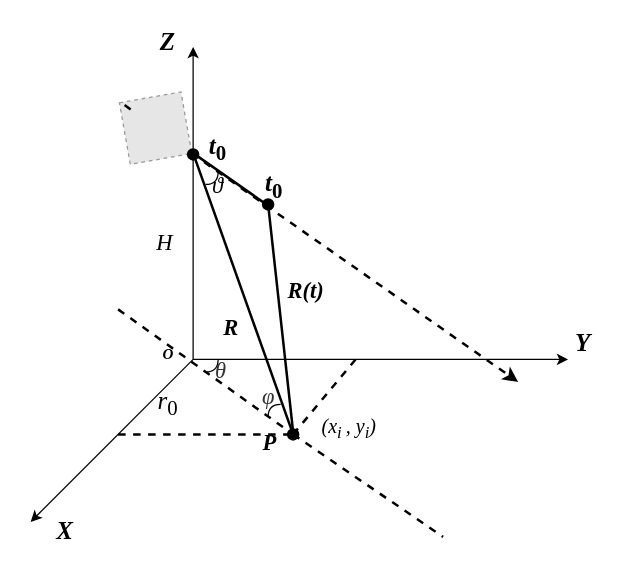
Earlier version of the draw.io diagram 2.2 雷达与目标距离历史.drawio (LFNing/General). Source tidied: cells renumbered, new cells numbered last; positions are measured from the earlier drawing's top-left corner, leaving out a move shared by most shapes. Both pictures are drawn from the tidied source at 125%, with x=0, y=0 at pixel (30, 21). Pictures stored in the file or linked from it are replaced by grey dashed boxes.
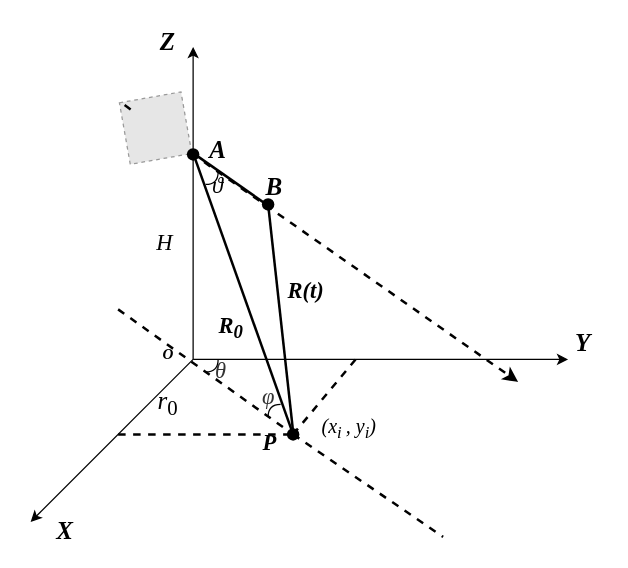
After the change.

Commit message (it also covers changes not shown here):
更新2.2 雷达与目标距离历史.drawio

Change to the diagram source:
```diff
@@
-    <mxCell id="20" value="&lt;i style=&quot;font-size: 18px;&quot;&gt;&lt;b&gt;R&lt;/b&gt;&lt;/i&gt;" style="text;html=1;align=center;verticalAlign=middle;fillColor=none;strokeColor=none;rounded=0;fontFamily=Times New Roman;fontSize=11;" parent="1" vertex="1">
+    <mxCell id="20" value="&lt;i style=&quot;font-size: 18px;&quot;&gt;&lt;b&gt;R&lt;sub&gt;0&lt;/sub&gt;&lt;/b&gt;&lt;/i&gt;" style="text;html=1;align=center;verticalAlign=middle;fillColor=none;strokeColor=none;rounded=0;fontFamily=Times New Roman;fontSize=11;" parent="1" vertex="1">
       <mxGeometry x="140" y="225" width="40" height="40" as="geometry" />
     </mxCell>
@@
-    <mxCell id="35" value="&lt;font face=&quot;Times New Roman&quot; style=&quot;font-size: 20px;&quot;&gt;&lt;b&gt;&lt;i&gt;t&lt;/i&gt;&lt;sub&gt;0&lt;/sub&gt;&lt;/b&gt;&lt;/font&gt;" style="text;html=1;strokeColor=none;fillColor=none;align=center;verticalAlign=middle;whiteSpace=wrap;rounded=0;" parent="1" vertex="1">
+    <mxCell id="35" value="&lt;font face=&quot;Times New Roman&quot;&gt;&lt;span style=&quot;font-size: 20px;&quot;&gt;&lt;b&gt;&lt;i&gt;A&lt;/i&gt;&lt;/b&gt;&lt;/span&gt;&lt;/font&gt;" style="text;html=1;strokeColor=none;fillColor=none;align=center;verticalAlign=middle;whiteSpace=wrap;rounded=0;" parent="1" vertex="1">
       <mxGeometry x="120" y="86" width="60" height="30" as="geometry" />
     </mxCell>
-    <mxCell id="36" value="&lt;font face=&quot;Times New Roman&quot; style=&quot;font-size: 20px;&quot;&gt;&lt;b&gt;&lt;i&gt;t&lt;/i&gt;&lt;sub&gt;0&lt;/sub&gt;&lt;/b&gt;&lt;/font&gt;" style="text;html=1;strokeColor=none;fillColor=none;align=center;verticalAlign=middle;whiteSpace=wrap;rounded=0;" parent="1" vertex="1">
+    <mxCell id="36" value="&lt;font face=&quot;Times New Roman&quot;&gt;&lt;span style=&quot;font-size: 20px;&quot;&gt;&lt;b&gt;&lt;i&gt;B&lt;/i&gt;&lt;/b&gt;&lt;/span&gt;&lt;/font&gt;" style="text;html=1;strokeColor=none;fillColor=none;align=center;verticalAlign=middle;whiteSpace=wrap;rounded=0;" parent="1" vertex="1">
       <mxGeometry x="165" y="115.5" width="60" height="30" as="geometry" />
     </mxCell>
```
